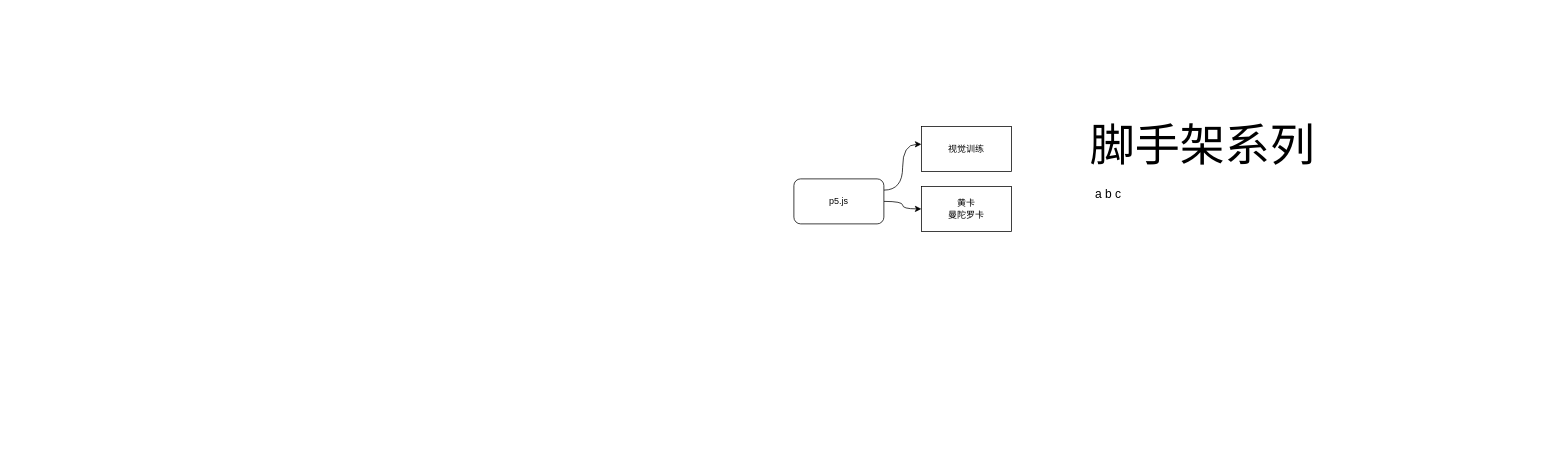
The draw.io diagram page "project" (2 of 3) of assets/drawio/project.drawio in atanx/atanx.github.io, before the edit. Source tidied: cells renumbered, new cells numbered last; positions are measured from the earlier drawing's top-left corner, leaving out a move shared by most shapes. Both pictures are drawn from the tidied source at 75%, with x=0, y=0 at pixel (794, 126).
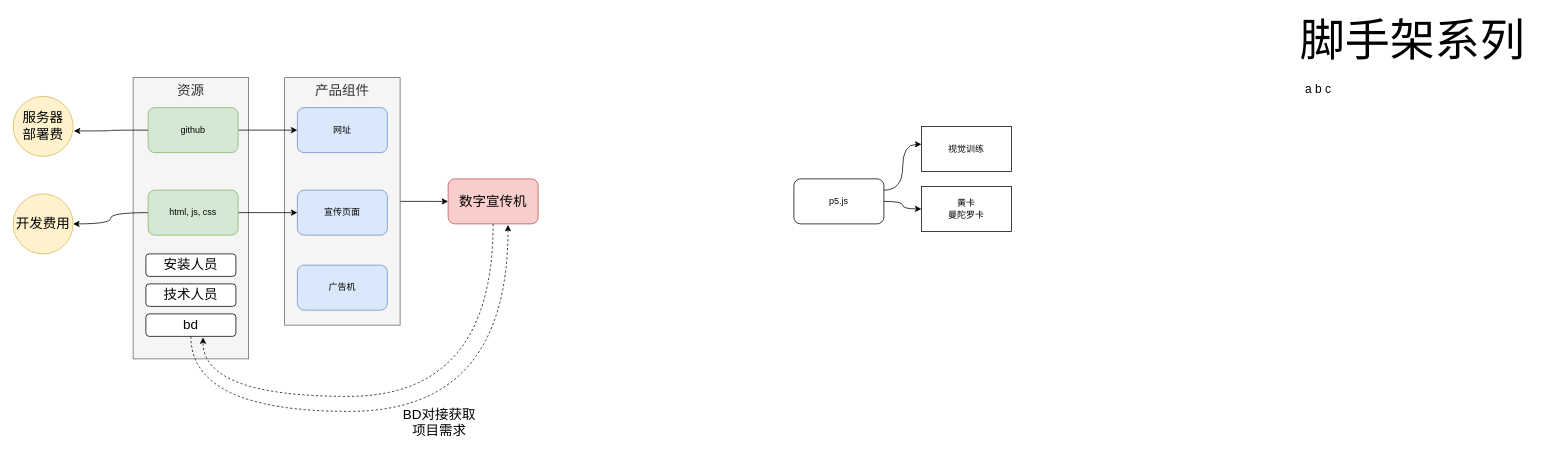
The same page after the edit.

The edit, as a diff of the source:
```diff
@@
+    <mxCell id="9" style="edgeStyle=orthogonalEdgeStyle;curved=1;rounded=0;jettySize=auto;html=1;exitX=1;exitY=0.5;exitDx=0;exitDy=0;fontSize=18;" parent="1" edge="1" source="10">
+      <mxGeometry relative="1" as="geometry">
+        <mxPoint x="-461" y="100.1" as="targetPoint" />
+      </mxGeometry>
+    </mxCell>
+    <mxCell id="10" value="产品组件" style="rounded=0;whiteSpace=wrap;html=1;fillColor=#f5f5f5;strokeColor=#666666;fontColor=#333333;verticalAlign=top;fontSize=18;" parent="1" vertex="1">
+      <mxGeometry x="-679" y="-65" width="154" height="330" as="geometry" />
+    </mxCell>
+    <mxCell id="11" value="资源" style="rounded=0;whiteSpace=wrap;html=1;fillColor=#f5f5f5;strokeColor=#666666;fontColor=#333333;verticalAlign=top;fontSize=18;" parent="1" vertex="1">
+      <mxGeometry x="-881" y="-65" width="154" height="375" as="geometry" />
+    </mxCell>
@@
     <mxCell id="7" value="脚手架系列" style="text;html=1;strokeColor=none;fillColor=none;align=center;verticalAlign=middle;whiteSpace=wrap;rounded=0;fontSize=60;" parent="1" vertex="1">
-      <mxGeometry x="380" width="330" height="50" as="geometry" />
+      <mxGeometry x="660" y="-140" width="330" height="50" as="geometry" />
     </mxCell>
     <mxCell id="8" value="a b c" style="text;html=1;strokeColor=none;fillColor=none;align=left;verticalAlign=middle;whiteSpace=wrap;rounded=0;fontSize=16;" parent="1" vertex="1">
-      <mxGeometry x="400" y="80" width="290" height="20" as="geometry" />
+      <mxGeometry x="680" y="-60" width="290" height="20" as="geometry" />
     </mxCell>
+    <mxCell id="12" style="edgeStyle=orthogonalEdgeStyle;rounded=0;jettySize=auto;html=1;" parent="1" edge="1" source="14" target="15">
+      <mxGeometry relative="1" as="geometry" />
+    </mxCell>
+    <mxCell id="13" style="edgeStyle=orthogonalEdgeStyle;curved=1;rounded=0;jettySize=auto;html=1;exitX=0;exitY=0.5;exitDx=0;exitDy=0;entryX=1;entryY=0.5;entryDx=0;entryDy=0;fontSize=18;" parent="1" edge="1" source="14" target="24">
+      <mxGeometry relative="1" as="geometry" />
+    </mxCell>
+    <mxCell id="14" value="html, js, css" style="rounded=1;whiteSpace=wrap;html=1;fillColor=#d5e8d4;strokeColor=#82b366;" parent="1" vertex="1">
+      <mxGeometry x="-861" y="85" width="120" height="60" as="geometry" />
+    </mxCell>
+    <mxCell id="15" value="宣传页面" style="rounded=1;whiteSpace=wrap;html=1;fillColor=#dae8fc;strokeColor=#6c8ebf;" parent="1" vertex="1">
+      <mxGeometry x="-662" y="85" width="120" height="60" as="geometry" />
+    </mxCell>
+    <mxCell id="16" value="广告机" style="rounded=1;whiteSpace=wrap;html=1;fillColor=#dae8fc;strokeColor=#6c8ebf;" parent="1" vertex="1">
+      <mxGeometry x="-662" y="185" width="120" height="60" as="geometry" />
+    </mxCell>
+    <mxCell id="17" style="edgeStyle=orthogonalEdgeStyle;curved=1;rounded=0;jettySize=auto;html=1;exitX=1;exitY=0.5;exitDx=0;exitDy=0;entryX=0;entryY=0.5;entryDx=0;entryDy=0;" parent="1" edge="1" source="19" target="20">
+      <mxGeometry relative="1" as="geometry" />
+    </mxCell>
+    <mxCell id="18" style="edgeStyle=orthogonalEdgeStyle;curved=1;rounded=0;jettySize=auto;html=1;exitX=0;exitY=0.5;exitDx=0;exitDy=0;entryX=1.012;entryY=0.576;entryDx=0;entryDy=0;entryPerimeter=0;fontSize=18;" parent="1" edge="1" source="19" target="23">
+      <mxGeometry relative="1" as="geometry" />
+    </mxCell>
+    <mxCell id="19" value="github" style="rounded=1;whiteSpace=wrap;html=1;fillColor=#d5e8d4;strokeColor=#82b366;" parent="1" vertex="1">
+      <mxGeometry x="-861" y="-25" width="120" height="60" as="geometry" />
+    </mxCell>
+    <mxCell id="20" value="网址" style="rounded=1;whiteSpace=wrap;html=1;fillColor=#dae8fc;strokeColor=#6c8ebf;" parent="1" vertex="1">
+      <mxGeometry x="-662" y="-25" width="120" height="60" as="geometry" />
+    </mxCell>
+    <mxCell id="21" style="edgeStyle=orthogonalEdgeStyle;curved=1;rounded=0;jettySize=auto;html=1;exitX=0.5;exitY=1;exitDx=0;exitDy=0;entryX=0.635;entryY=1.044;entryDx=0;entryDy=0;entryPerimeter=0;fontSize=18;dashed=1;" parent="1" edge="1" source="22" target="28">
+      <mxGeometry relative="1" as="geometry">
+        <Array as="points">
+          <mxPoint x="-401" y="360" />
+          <mxPoint x="-788" y="360" />
+        </Array>
+      </mxGeometry>
+    </mxCell>
+    <mxCell id="22" value="数字宣传机" style="rounded=1;whiteSpace=wrap;html=1;fontSize=18;fillColor=#f8cecc;strokeColor=#b85450;" parent="1" vertex="1">
+      <mxGeometry x="-461" y="70" width="120" height="60" as="geometry" />
+    </mxCell>
+    <mxCell id="23" value="服务器&lt;br&gt;部署费" style="ellipse;whiteSpace=wrap;html=1;fontSize=18;fillColor=#fff2cc;strokeColor=#d6b656;" parent="1" vertex="1">
+      <mxGeometry x="-1041" y="-40" width="80" height="80" as="geometry" />
+    </mxCell>
+    <mxCell id="24" value="开发费用" style="ellipse;whiteSpace=wrap;html=1;fontSize=18;fillColor=#fff2cc;strokeColor=#d6b656;" parent="1" vertex="1">
+      <mxGeometry x="-1041" y="90" width="80" height="80" as="geometry" />
+    </mxCell>
+    <mxCell id="25" value="安装人员" style="rounded=1;whiteSpace=wrap;html=1;fontSize=18;" parent="1" vertex="1">
+      <mxGeometry x="-864" y="170" width="120" height="30" as="geometry" />
+    </mxCell>
+    <mxCell id="26" value="技术人员" style="rounded=1;whiteSpace=wrap;html=1;fontSize=18;" parent="1" vertex="1">
+      <mxGeometry x="-864" y="210" width="120" height="30" as="geometry" />
+    </mxCell>
+    <mxCell id="27" style="edgeStyle=orthogonalEdgeStyle;curved=1;rounded=0;jettySize=auto;html=1;exitX=0.5;exitY=1;exitDx=0;exitDy=0;entryX=0.665;entryY=1.022;entryDx=0;entryDy=0;entryPerimeter=0;dashed=1;fontSize=18;" parent="1" edge="1" source="28" target="22">
+      <mxGeometry relative="1" as="geometry">
+        <Array as="points">
+          <mxPoint x="-804" y="380" />
+          <mxPoint x="-381" y="380" />
+        </Array>
+      </mxGeometry>
+    </mxCell>
+    <mxCell id="28" value="bd" style="rounded=1;whiteSpace=wrap;html=1;fontSize=18;" parent="1" vertex="1">
+      <mxGeometry x="-864" y="250" width="120" height="30" as="geometry" />
+    </mxCell>
+    <mxCell id="29" value="BD对接获取项目需求" style="text;html=1;strokeColor=none;fillColor=none;align=center;verticalAlign=middle;whiteSpace=wrap;rounded=0;fontSize=18;" parent="1" vertex="1">
+      <mxGeometry x="-530" y="371.5" width="115" height="46" as="geometry" />
+    </mxCell>
```
